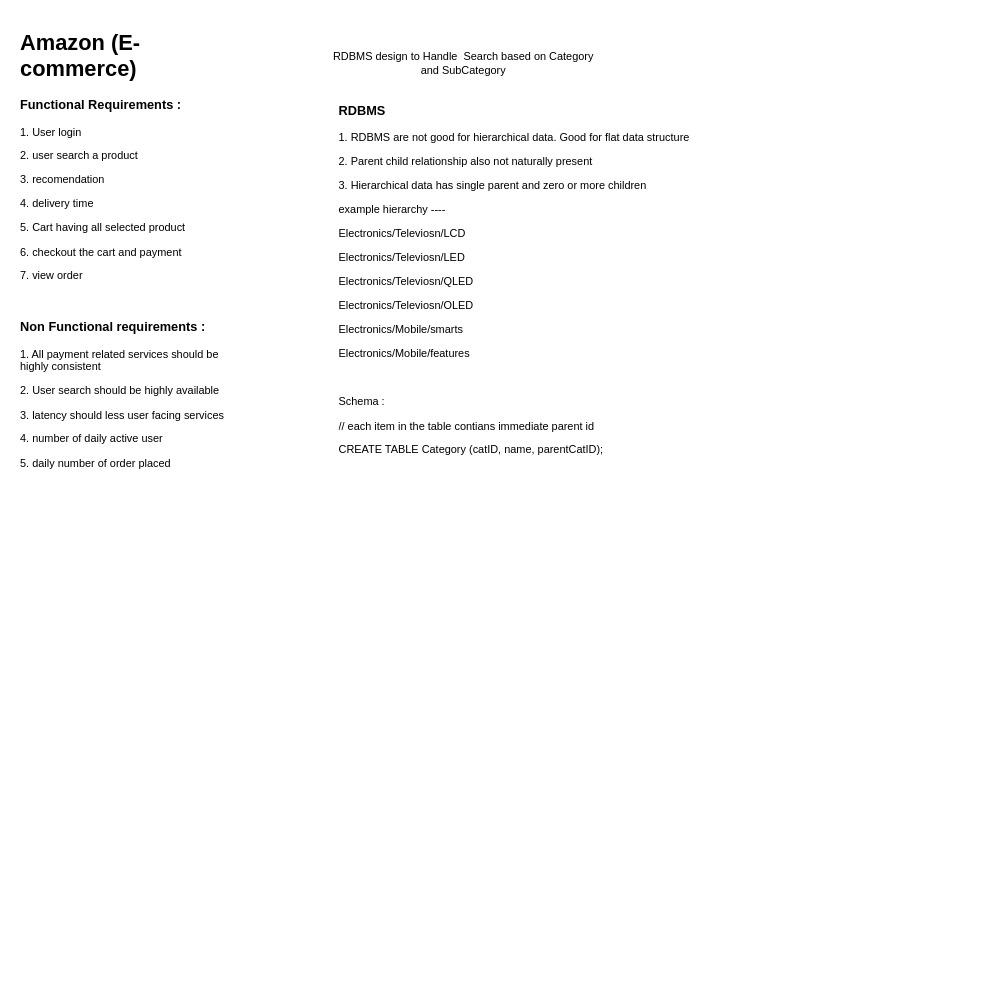
nil186007/datastructure-algorithm keeps this draw.io diagram as leetcodeproblem/Untitled Diagram.drawio. Above is the earlier version. Source tidied: cells renumbered, new cells numbered last; positions are measured from the earlier drawing's top-left corner, leaving out a move shared by most shapes. Both pictures are drawn from the tidied source at 91%, with x=0, y=0 at pixel (15, 25).
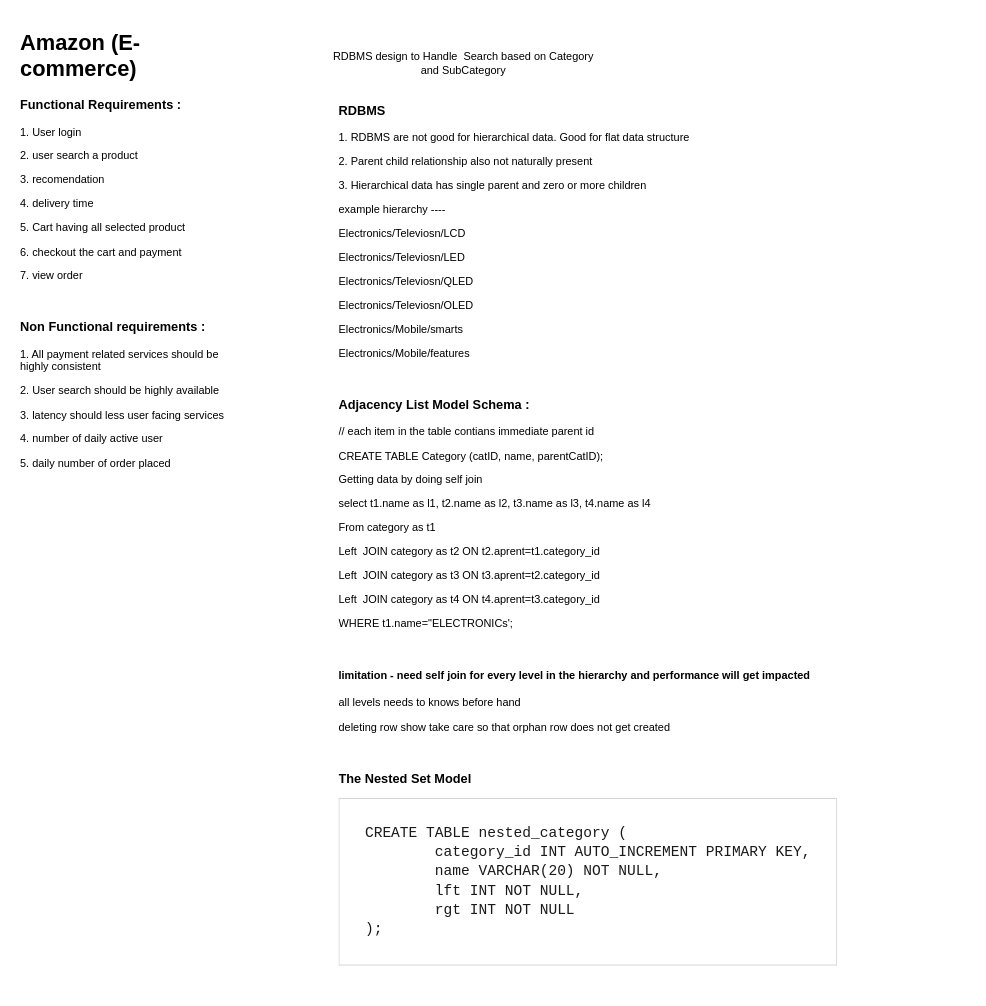
Above is the later version.

What changed in the source:
```diff
@@
 <mxGraphModel>
   <root>
     <mxCell id="0" />
     <mxCell id="1" parent="0" />
     <mxCell id="2" value="&lt;h1&gt;Amazon (E-commerce)&lt;/h1&gt;&lt;h3&gt;Functional Requirements :&amp;nbsp;&lt;/h3&gt;&lt;p&gt;1. User login&lt;/p&gt;&lt;p&gt;2. user search a product&lt;/p&gt;&lt;p&gt;3. recomendation&amp;nbsp;&lt;/p&gt;&lt;p&gt;4. delivery time&lt;/p&gt;&lt;p&gt;5. Cart having all selected product&lt;/p&gt;&lt;p&gt;6. checkout the cart and payment&lt;/p&gt;&lt;p&gt;7. view order&lt;/p&gt;&lt;p&gt;&lt;br&gt;&lt;/p&gt;&lt;h3&gt;Non Functional requirements :&lt;/h3&gt;&lt;p&gt;1. All payment related services should be highly consistent&lt;/p&gt;&lt;p&gt;2. User search should be highly available&lt;/p&gt;&lt;p&gt;3. latency should less user facing services&lt;/p&gt;&lt;p&gt;4. number of daily active user&lt;/p&gt;&lt;p&gt;5. daily number of order placed&amp;nbsp;&lt;/p&gt;" style="text;html=1;strokeColor=none;fillColor=none;spacing=5;spacingTop=-20;whiteSpace=wrap;overflow=hidden;rounded=0;" parent="1" vertex="1">
       <mxGeometry width="260" height="492" as="geometry" />
     </mxCell>
     <mxCell id="3" value="RDBMS design to Handle &amp;nbsp;Search based on Category and SubCategory" style="text;html=1;strokeColor=none;fillColor=none;align=center;verticalAlign=middle;whiteSpace=wrap;rounded=0;" parent="1" vertex="1">
       <mxGeometry x="344" y="22" width="296" height="40" as="geometry" />
     </mxCell>
-    <mxCell id="4" value="&lt;h3&gt;RDBMS&lt;/h3&gt;&lt;p&gt;1. RDBMS are not good for hierarchical data. Good for flat data structure&lt;/p&gt;&lt;p&gt;2. Parent child relationship also not naturally present&amp;nbsp;&lt;/p&gt;&lt;p&gt;3. Hierarchical data has single parent and zero or more children&lt;/p&gt;&lt;p&gt;example hierarchy ----&lt;/p&gt;&lt;p&gt;&lt;span style=&quot;&quot;&gt; Electronics/Televiosn/LCD&lt;/span&gt;&lt;br&gt;&lt;/p&gt;&lt;p&gt;&lt;span style=&quot;&quot;&gt;Electronics/Televiosn/LED&lt;/span&gt;&lt;span style=&quot;&quot;&gt;&lt;br&gt;&lt;/span&gt;&lt;/p&gt;&lt;p&gt;&lt;span style=&quot;&quot;&gt;Electronics/Televiosn/QLED&lt;/span&gt;&lt;span style=&quot;&quot;&gt;&lt;br&gt;&lt;/span&gt;&lt;/p&gt;&lt;p&gt;Electronics/Televiosn/OLED&lt;span style=&quot;&quot;&gt;&lt;br&gt;&lt;/span&gt;&lt;/p&gt;&lt;p&gt;Electronics/Mobile/smarts&lt;/p&gt;&lt;p&gt;Electronics/Mobile/features&lt;/p&gt;&lt;p&gt;&lt;br&gt;&lt;/p&gt;&lt;p&gt;Schema :&amp;nbsp;&lt;/p&gt;&lt;p&gt;// each item in the table contians immediate parent id&lt;/p&gt;&lt;p&gt;CREATE TABLE Category (catID, name, parentCatID);&lt;/p&gt;&lt;p&gt;&lt;br&gt;&lt;/p&gt;&lt;p&gt;&lt;br&gt;&lt;/p&gt;&lt;p&gt;&lt;span style=&quot;&quot;&gt;&lt;br&gt;&lt;/span&gt;&lt;/p&gt;&lt;p&gt;&lt;span style=&quot;&quot;&gt;&lt;br&gt;&lt;/span&gt;&lt;/p&gt;" style="text;html=1;strokeColor=none;fillColor=none;spacing=5;spacingTop=-20;whiteSpace=wrap;overflow=hidden;rounded=0;" parent="1" vertex="1">
-      <mxGeometry x="350" y="82" width="420" height="430" as="geometry" />
+    <mxCell id="4" value="&lt;h3&gt;RDBMS&lt;/h3&gt;&lt;p&gt;1. RDBMS are not good for hierarchical data. Good for flat data structure&lt;/p&gt;&lt;p&gt;2. Parent child relationship also not naturally present&amp;nbsp;&lt;/p&gt;&lt;p&gt;3. Hierarchical data has single parent and zero or more children&lt;/p&gt;&lt;p&gt;example hierarchy ----&lt;/p&gt;&lt;p&gt;&lt;span style=&quot;&quot;&gt; Electronics/Televiosn/LCD&lt;/span&gt;&lt;br&gt;&lt;/p&gt;&lt;p&gt;&lt;span style=&quot;&quot;&gt;Electronics/Televiosn/LED&lt;/span&gt;&lt;span style=&quot;&quot;&gt;&lt;br&gt;&lt;/span&gt;&lt;/p&gt;&lt;p&gt;&lt;span style=&quot;&quot;&gt;Electronics/Televiosn/QLED&lt;/span&gt;&lt;span style=&quot;&quot;&gt;&lt;br&gt;&lt;/span&gt;&lt;/p&gt;&lt;p&gt;Electronics/Televiosn/OLED&lt;span style=&quot;&quot;&gt;&lt;br&gt;&lt;/span&gt;&lt;/p&gt;&lt;p&gt;Electronics/Mobile/smarts&lt;/p&gt;&lt;p&gt;Electronics/Mobile/features&lt;/p&gt;&lt;p&gt;&lt;br&gt;&lt;/p&gt;&lt;h3&gt;Adjacency List Model Schema :&amp;nbsp;&lt;/h3&gt;&lt;p&gt;// each item in the table contians immediate parent id&lt;/p&gt;&lt;p&gt;CREATE TABLE Category (catID, name, parentCatID);&lt;/p&gt;&lt;p&gt;Getting data by doing self join&lt;/p&gt;&lt;p&gt;select t1.name as l1, t2.name as l2, t3.name as l3, t4.name as l4&lt;/p&gt;&lt;p&gt;From category as t1&lt;/p&gt;&lt;p&gt;Left &amp;nbsp;JOIN category as t2 ON t2.aprent=t1.category_id&lt;/p&gt;&lt;p&gt;Left &amp;nbsp;JOIN category as t3 ON t3.aprent=t2.category_id&lt;br&gt;&lt;/p&gt;&lt;p&gt;Left &amp;nbsp;JOIN category as t4 ON t4.aprent=t3.category_id&lt;br&gt;&lt;/p&gt;&lt;p&gt;WHERE t1.name=&quot;ELECTRONICs';&lt;/p&gt;&lt;p&gt;&lt;br&gt;&lt;/p&gt;&lt;h4&gt;limitation - need self join for every level in the hierarchy and performance will get impacted&lt;/h4&gt;&lt;p&gt;all levels needs to knows before hand&lt;/p&gt;&lt;p&gt;deleting row show take care so that orphan row does not get created&lt;/p&gt;&lt;p&gt;&lt;br&gt;&lt;/p&gt;&lt;h3&gt;The Nested Set Model&amp;nbsp;&lt;/h3&gt;&lt;pre style=&quot;font-size: 16px; box-sizing: inherit; font-family: Inconsolata, monospace; border: 1px solid rgb(209, 209, 209); line-height: 1.3125; margin-top: 0px; margin-bottom: 1.75em; max-width: 100%; overflow: auto; padding: 1.75em; overflow-wrap: break-word; color: rgb(26, 26, 26); font-variant-ligatures: normal; orphans: 2; widows: 2; background-color: rgb(255, 255, 255); text-decoration-thickness: initial;&quot; class=&quot;samplecode&quot;&gt;CREATE TABLE nested_category (&lt;br/&gt;        category_id INT AUTO_INCREMENT PRIMARY KEY,&lt;br/&gt;        name VARCHAR(20) NOT NULL,&lt;br/&gt;        lft INT NOT NULL,&lt;br/&gt;        rgt INT NOT NULL&lt;br/&gt;);&lt;/pre&gt;&lt;p&gt;&lt;br&gt;&lt;/p&gt;&lt;p&gt;&lt;br&gt;&lt;/p&gt;&lt;p&gt;&lt;span style=&quot;&quot;&gt;&lt;br&gt;&lt;/span&gt;&lt;/p&gt;&lt;p&gt;&lt;span style=&quot;&quot;&gt;&lt;br&gt;&lt;/span&gt;&lt;/p&gt;" style="text;html=1;strokeColor=none;fillColor=none;spacing=5;spacingTop=-20;whiteSpace=wrap;overflow=hidden;rounded=0;" parent="1" vertex="1">
+      <mxGeometry x="350" y="82" width="700" height="980" as="geometry" />
     </mxCell>
   </root>
 </mxGraphModel>
```
